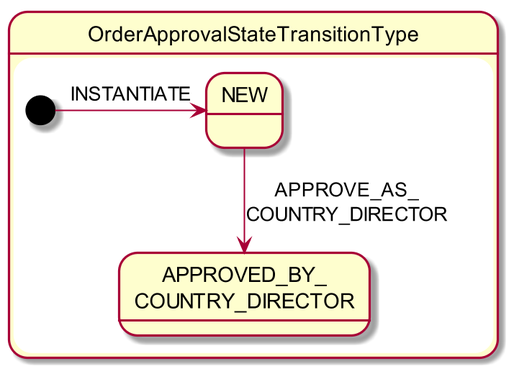
Above: adocs/documentation/src/main/asciidoc/order-approval-state-chart.png in estatio/estatio (PlantUML), before the change.
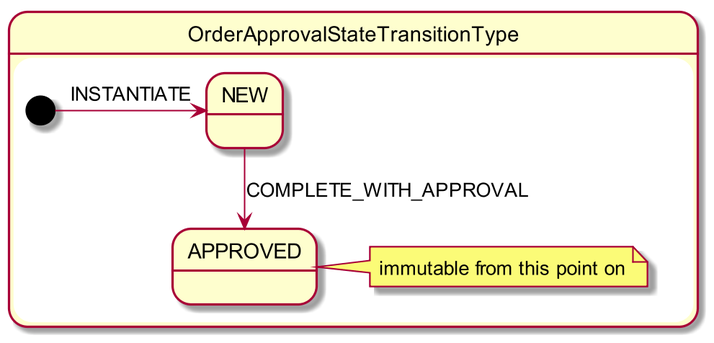
Above is the later version.

Change to the diagram source:
```diff
@@ -4,10 +4,11 @@
 state "OrderApprovalStateTransitionType" as oa {
 
     state "NEW" as oa_new
-    state "APPROVED_BY_\nCOUNTRY_DIRECTOR" as oa_approved
+    state "APPROVED" as oa_approved
 
     [*] -right-> oa_new: INSTANTIATE
-    oa_new -down-> oa_approved: APPROVE_AS_\nCOUNTRY_DIRECTOR
+    oa_new -down-> oa_approved: COMPLETE_WITH_APPROVAL
+    note right of oa_approved: immutable from this point on
 
 }
 @enduml
```
